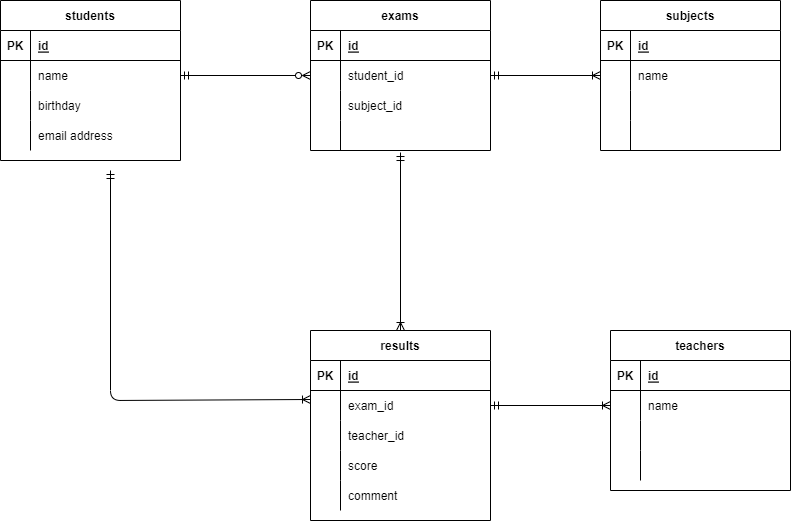
waizhi/20220602_database_design keeps this draw.io diagram as 20220602naoi.drawio.png. Above is the earlier version. Source tidied: cells renumbered, new cells last; positions are measured from the earlier drawing's top-left corner, leaving out a move shared by most shapes. Its diagram source:
```xml
<mxGraphModel>
  <root>
    <mxCell id="0" />
    <mxCell id="1" parent="0" />
    <mxCell id="2" value="students" style="shape=table;startSize=30;rowLines=0;fontStyle=1;align=center;" parent="1" vertex="1">
      <mxGeometry width="180" height="160" as="geometry" />
    </mxCell>
    <mxCell id="3" style="shape=partialRectangle;fillColor=none;top=0;left=0;bottom=1;right=0;" parent="2" vertex="1">
      <mxGeometry y="30" width="180" height="30" as="geometry" />
    </mxCell>
    <mxCell id="4" value="PK" style="shape=partialRectangle;fillColor=none;top=0;left=0;bottom=0;right=0;fontStyle=1;overflow=hidden;" parent="3" vertex="1">
      <mxGeometry width="30" height="30" as="geometry" />
    </mxCell>
    <mxCell id="5" value="id" style="shape=partialRectangle;fillColor=none;top=0;left=0;bottom=0;right=0;align=left;spacingLeft=6;fontStyle=5;overflow=hidden;" parent="3" vertex="1">
      <mxGeometry x="30" width="150" height="30" as="geometry" />
    </mxCell>
    <mxCell id="6" style="shape=partialRectangle;fillColor=none;top=0;left=0;bottom=0;right=0;points=[[0,0.5],[1,0.5]];portConstraint=eastwest;" parent="2" vertex="1">
      <mxGeometry y="60" width="180" height="30" as="geometry" />
    </mxCell>
    <mxCell id="7" style="shape=partialRectangle;fillColor=none;top=0;left=0;bottom=0;right=0;overflow=hidden;" parent="6" vertex="1">
      <mxGeometry width="30" height="30" as="geometry" />
    </mxCell>
    <mxCell id="8" value="name" style="shape=partialRectangle;fillColor=none;top=0;left=0;bottom=0;right=0;align=left;spacingLeft=6;overflow=hidden;" parent="6" vertex="1">
      <mxGeometry x="30" width="150" height="30" as="geometry" />
    </mxCell>
    <mxCell id="9" style="shape=partialRectangle;fillColor=none;top=0;left=0;bottom=0;right=0;" parent="2" vertex="1">
      <mxGeometry y="90" width="180" height="30" as="geometry" />
    </mxCell>
    <mxCell id="10" style="shape=partialRectangle;fillColor=none;top=0;left=0;bottom=0;right=0;overflow=hidden;" parent="9" vertex="1">
      <mxGeometry width="30" height="30" as="geometry" />
    </mxCell>
    <mxCell id="11" value="birthday" style="shape=partialRectangle;fillColor=none;top=0;left=0;bottom=0;right=0;align=left;spacingLeft=6;overflow=hidden;" parent="9" vertex="1">
      <mxGeometry x="30" width="150" height="30" as="geometry" />
    </mxCell>
    <mxCell id="12" style="shape=partialRectangle;fillColor=none;top=0;left=0;bottom=0;right=0;" parent="2" vertex="1">
      <mxGeometry y="120" width="180" height="30" as="geometry" />
    </mxCell>
    <mxCell id="13" style="shape=partialRectangle;fillColor=none;top=0;left=0;bottom=0;right=0;overflow=hidden;" parent="12" vertex="1">
      <mxGeometry width="30" height="30" as="geometry" />
    </mxCell>
    <mxCell id="14" value="email address" style="shape=partialRectangle;fillColor=none;top=0;left=0;bottom=0;right=0;align=left;spacingLeft=6;overflow=hidden;" parent="12" vertex="1">
      <mxGeometry x="30" width="150" height="30" as="geometry" />
    </mxCell>
    <mxCell id="15" value="subjects" style="shape=table;startSize=30;rowLines=0;fontStyle=1;align=center;" parent="1" vertex="1">
      <mxGeometry x="600" width="180" height="150" as="geometry" />
    </mxCell>
    <mxCell id="16" style="shape=partialRectangle;fillColor=none;top=0;left=0;bottom=1;right=0;" parent="15" vertex="1">
      <mxGeometry y="30" width="180" height="30" as="geometry" />
    </mxCell>
    <mxCell id="17" value="PK" style="shape=partialRectangle;fillColor=none;top=0;left=0;bottom=0;right=0;fontStyle=1;overflow=hidden;" parent="16" vertex="1">
      <mxGeometry width="30" height="30" as="geometry" />
    </mxCell>
    <mxCell id="18" value="id" style="shape=partialRectangle;fillColor=none;top=0;left=0;bottom=0;right=0;align=left;spacingLeft=6;fontStyle=5;overflow=hidden;" parent="16" vertex="1">
      <mxGeometry x="30" width="150" height="30" as="geometry" />
    </mxCell>
    <mxCell id="19" style="shape=partialRectangle;fillColor=none;top=0;left=0;bottom=0;right=0;" parent="15" vertex="1">
      <mxGeometry y="60" width="180" height="30" as="geometry" />
    </mxCell>
    <mxCell id="20" style="shape=partialRectangle;fillColor=none;top=0;left=0;bottom=0;right=0;overflow=hidden;" parent="19" vertex="1">
      <mxGeometry width="30" height="30" as="geometry" />
    </mxCell>
    <mxCell id="21" value="name" style="shape=partialRectangle;fillColor=none;top=0;left=0;bottom=0;right=0;align=left;spacingLeft=6;overflow=hidden;" parent="19" vertex="1">
      <mxGeometry x="30" width="150" height="30" as="geometry" />
    </mxCell>
    <mxCell id="22" style="shape=partialRectangle;fillColor=none;top=0;left=0;bottom=0;right=0;" parent="15" vertex="1">
      <mxGeometry y="90" width="180" height="30" as="geometry" />
    </mxCell>
    <mxCell id="23" style="shape=partialRectangle;fillColor=none;top=0;left=0;bottom=0;right=0;overflow=hidden;" parent="22" vertex="1">
      <mxGeometry width="30" height="30" as="geometry" />
    </mxCell>
    <mxCell id="24" style="shape=partialRectangle;fillColor=none;top=0;left=0;bottom=0;right=0;align=left;spacingLeft=6;overflow=hidden;" parent="22" vertex="1">
      <mxGeometry x="30" width="150" height="30" as="geometry" />
    </mxCell>
    <mxCell id="25" style="shape=partialRectangle;fillColor=none;top=0;left=0;bottom=0;right=0;" parent="15" vertex="1">
      <mxGeometry y="120" width="180" height="30" as="geometry" />
    </mxCell>
    <mxCell id="26" style="shape=partialRectangle;fillColor=none;top=0;left=0;bottom=0;right=0;overflow=hidden;" parent="25" vertex="1">
      <mxGeometry width="30" height="30" as="geometry" />
    </mxCell>
    <mxCell id="27" style="shape=partialRectangle;fillColor=none;top=0;left=0;bottom=0;right=0;align=left;spacingLeft=6;overflow=hidden;" parent="25" vertex="1">
      <mxGeometry x="30" width="150" height="30" as="geometry" />
    </mxCell>
    <mxCell id="28" value="exams" style="shape=table;startSize=30;rowLines=0;fontStyle=1;align=center;" parent="1" vertex="1">
      <mxGeometry x="310" width="180" height="150" as="geometry" />
    </mxCell>
    <mxCell id="29" style="shape=partialRectangle;fillColor=none;top=0;left=0;bottom=1;right=0;" parent="28" vertex="1">
      <mxGeometry y="30" width="180" height="30" as="geometry" />
    </mxCell>
    <mxCell id="30" value="PK" style="shape=partialRectangle;fillColor=none;top=0;left=0;bottom=0;right=0;fontStyle=1;overflow=hidden;" parent="29" vertex="1">
      <mxGeometry width="30" height="30" as="geometry" />
    </mxCell>
    <mxCell id="31" value="id" style="shape=partialRectangle;fillColor=none;top=0;left=0;bottom=0;right=0;align=left;spacingLeft=6;fontStyle=5;overflow=hidden;" parent="29" vertex="1">
      <mxGeometry x="30" width="150" height="30" as="geometry" />
    </mxCell>
    <mxCell id="32" style="shape=partialRectangle;fillColor=none;top=0;left=0;bottom=0;right=0;points=[[0,0.5],[1,0.5]];portConstraint=eastwest;" parent="28" vertex="1">
      <mxGeometry y="60" width="180" height="30" as="geometry" />
    </mxCell>
    <mxCell id="33" style="shape=partialRectangle;fillColor=none;top=0;left=0;bottom=0;right=0;overflow=hidden;" parent="32" vertex="1">
      <mxGeometry width="30" height="30" as="geometry" />
    </mxCell>
    <mxCell id="34" value="student_id" style="shape=partialRectangle;fillColor=none;top=0;left=0;bottom=0;right=0;align=left;spacingLeft=6;overflow=hidden;" parent="32" vertex="1">
      <mxGeometry x="30" width="150" height="30" as="geometry" />
    </mxCell>
    <mxCell id="35" style="shape=partialRectangle;fillColor=none;top=0;left=0;bottom=0;right=0;" parent="28" vertex="1">
      <mxGeometry y="90" width="180" height="30" as="geometry" />
    </mxCell>
    <mxCell id="36" style="shape=partialRectangle;fillColor=none;top=0;left=0;bottom=0;right=0;overflow=hidden;" parent="35" vertex="1">
      <mxGeometry width="30" height="30" as="geometry" />
    </mxCell>
    <mxCell id="37" value="subject_id" style="shape=partialRectangle;fillColor=none;top=0;left=0;bottom=0;right=0;align=left;spacingLeft=6;overflow=hidden;" parent="35" vertex="1">
      <mxGeometry x="30" width="150" height="30" as="geometry" />
    </mxCell>
    <mxCell id="38" style="shape=partialRectangle;fillColor=none;top=0;left=0;bottom=0;right=0;points=[[0,0.5],[1,0.5]];portConstraint=eastwest;" parent="28" vertex="1">
      <mxGeometry y="120" width="180" height="30" as="geometry" />
    </mxCell>
    <mxCell id="39" style="shape=partialRectangle;fillColor=none;top=0;left=0;bottom=0;right=0;overflow=hidden;" parent="38" vertex="1">
      <mxGeometry width="30" height="30" as="geometry" />
    </mxCell>
    <mxCell id="40" style="shape=partialRectangle;fillColor=none;top=0;left=0;bottom=0;right=0;align=left;spacingLeft=6;overflow=hidden;" parent="38" vertex="1">
      <mxGeometry x="30" width="150" height="30" as="geometry" />
    </mxCell>
    <mxCell id="41" style="edgeStyle=none;html=1;exitX=0;exitY=0.3;exitDx=0;exitDy=0;startArrow=ERoneToMany;startFill=0;endArrow=ERmandOne;endFill=0;exitPerimeter=0;" parent="1" edge="1" source="47">
      <mxGeometry relative="1" as="geometry">
        <mxPoint x="110" y="170" as="targetPoint" />
        <Array as="points">
          <mxPoint x="110" y="400" />
        </Array>
      </mxGeometry>
    </mxCell>
    <mxCell id="42" style="edgeStyle=none;html=1;exitX=0.5;exitY=0;exitDx=0;exitDy=0;entryX=0.5;entryY=1.067;entryDx=0;entryDy=0;entryPerimeter=0;startArrow=ERoneToMany;startFill=0;endArrow=ERmandOne;endFill=0;" parent="1" edge="1" source="43" target="38">
      <mxGeometry relative="1" as="geometry" />
    </mxCell>
    <mxCell id="43" value="results" style="shape=table;startSize=30;rowLines=0;fontStyle=1;align=center;" parent="1" vertex="1">
      <mxGeometry x="310" y="330" width="180" height="190" as="geometry" />
    </mxCell>
    <mxCell id="44" style="shape=partialRectangle;fillColor=none;top=0;left=0;bottom=1;right=0;" parent="43" vertex="1">
      <mxGeometry y="30" width="180" height="30" as="geometry" />
    </mxCell>
    <mxCell id="45" value="PK" style="shape=partialRectangle;fillColor=none;top=0;left=0;bottom=0;right=0;fontStyle=1;overflow=hidden;" parent="44" vertex="1">
      <mxGeometry width="30" height="30" as="geometry" />
    </mxCell>
    <mxCell id="46" value="id" style="shape=partialRectangle;fillColor=none;top=0;left=0;bottom=0;right=0;align=left;spacingLeft=6;fontStyle=5;overflow=hidden;" parent="44" vertex="1">
      <mxGeometry x="30" width="150" height="30" as="geometry" />
    </mxCell>
    <mxCell id="47" style="shape=partialRectangle;fillColor=none;top=0;left=0;bottom=0;right=0;points=[[0,0.5],[1,0.5]];portConstraint=eastwest;" parent="43" vertex="1">
      <mxGeometry y="60" width="180" height="30" as="geometry" />
    </mxCell>
    <mxCell id="48" style="shape=partialRectangle;fillColor=none;top=0;left=0;bottom=0;right=0;overflow=hidden;" parent="47" vertex="1">
      <mxGeometry width="30" height="30" as="geometry" />
    </mxCell>
    <mxCell id="49" value="exam_id" style="shape=partialRectangle;fillColor=none;top=0;left=0;bottom=0;right=0;align=left;spacingLeft=6;overflow=hidden;" parent="47" vertex="1">
      <mxGeometry x="30" width="150" height="30" as="geometry" />
    </mxCell>
    <mxCell id="50" style="shape=partialRectangle;fillColor=none;top=0;left=0;bottom=0;right=0;" parent="43" vertex="1">
      <mxGeometry y="90" width="180" height="30" as="geometry" />
    </mxCell>
    <mxCell id="51" style="shape=partialRectangle;fillColor=none;top=0;left=0;bottom=0;right=0;overflow=hidden;" parent="50" vertex="1">
      <mxGeometry width="30" height="30" as="geometry" />
    </mxCell>
    <mxCell id="52" value="teacher_id" style="shape=partialRectangle;fillColor=none;top=0;left=0;bottom=0;right=0;align=left;spacingLeft=6;overflow=hidden;" parent="50" vertex="1">
      <mxGeometry x="30" width="150" height="30" as="geometry" />
    </mxCell>
    <mxCell id="53" style="shape=partialRectangle;fillColor=none;top=0;left=0;bottom=0;right=0;" parent="43" vertex="1">
      <mxGeometry y="120" width="180" height="30" as="geometry" />
    </mxCell>
    <mxCell id="54" style="shape=partialRectangle;fillColor=none;top=0;left=0;bottom=0;right=0;overflow=hidden;" parent="53" vertex="1">
      <mxGeometry width="30" height="30" as="geometry" />
    </mxCell>
    <mxCell id="55" value="score" style="shape=partialRectangle;fillColor=none;top=0;left=0;bottom=0;right=0;align=left;spacingLeft=6;overflow=hidden;" parent="53" vertex="1">
      <mxGeometry x="30" width="150" height="30" as="geometry" />
    </mxCell>
    <mxCell id="56" style="shape=partialRectangle;fillColor=none;top=0;left=0;bottom=0;right=0;" parent="43" vertex="1">
      <mxGeometry y="150" width="180" height="30" as="geometry" />
    </mxCell>
    <mxCell id="57" style="shape=partialRectangle;fillColor=none;top=0;left=0;bottom=0;right=0;overflow=hidden;" parent="56" vertex="1">
      <mxGeometry width="30" height="30" as="geometry" />
    </mxCell>
    <mxCell id="58" value="comment" style="shape=partialRectangle;fillColor=none;top=0;left=0;bottom=0;right=0;align=left;spacingLeft=6;overflow=hidden;" parent="56" vertex="1">
      <mxGeometry x="30" width="150" height="30" as="geometry" />
    </mxCell>
    <mxCell id="59" style="edgeStyle=none;html=1;exitX=1;exitY=0.5;exitDx=0;exitDy=0;entryX=0;entryY=0.5;entryDx=0;entryDy=0;startArrow=ERmandOne;startFill=0;endArrow=ERzeroToMany;endFill=0;" parent="1" edge="1" source="6" target="32">
      <mxGeometry relative="1" as="geometry" />
    </mxCell>
    <mxCell id="60" style="edgeStyle=none;html=1;exitX=1;exitY=0.5;exitDx=0;exitDy=0;entryX=0;entryY=0.5;entryDx=0;entryDy=0;endArrow=ERoneToMany;endFill=0;startArrow=ERmandOne;startFill=0;" parent="1" edge="1" source="32" target="15">
      <mxGeometry relative="1" as="geometry" />
    </mxCell>
    <mxCell id="61" value="teachers" style="shape=table;startSize=30;rowLines=0;fontStyle=1;align=center;" parent="1" vertex="1">
      <mxGeometry x="610" y="330" width="180" height="160" as="geometry" />
    </mxCell>
    <mxCell id="62" style="shape=partialRectangle;fillColor=none;top=0;left=0;bottom=1;right=0;" parent="61" vertex="1">
      <mxGeometry y="30" width="180" height="30" as="geometry" />
    </mxCell>
    <mxCell id="63" value="PK" style="shape=partialRectangle;fillColor=none;top=0;left=0;bottom=0;right=0;fontStyle=1;overflow=hidden;" parent="62" vertex="1">
      <mxGeometry width="30" height="30" as="geometry" />
    </mxCell>
    <mxCell id="64" value="id" style="shape=partialRectangle;fillColor=none;top=0;left=0;bottom=0;right=0;align=left;spacingLeft=6;fontStyle=5;overflow=hidden;" parent="62" vertex="1">
      <mxGeometry x="30" width="150" height="30" as="geometry" />
    </mxCell>
    <mxCell id="65" style="shape=partialRectangle;fillColor=none;top=0;left=0;bottom=0;right=0;points=[[0,0.5],[1,0.5]];portConstraint=eastwest;" parent="61" vertex="1">
      <mxGeometry y="60" width="180" height="30" as="geometry" />
    </mxCell>
    <mxCell id="66" style="shape=partialRectangle;fillColor=none;top=0;left=0;bottom=0;right=0;overflow=hidden;" parent="65" vertex="1">
      <mxGeometry width="30" height="30" as="geometry" />
    </mxCell>
    <mxCell id="67" value="name" style="shape=partialRectangle;fillColor=none;top=0;left=0;bottom=0;right=0;align=left;spacingLeft=6;overflow=hidden;" parent="65" vertex="1">
      <mxGeometry x="30" width="150" height="30" as="geometry" />
    </mxCell>
    <mxCell id="68" style="shape=partialRectangle;fillColor=none;top=0;left=0;bottom=0;right=0;" parent="61" vertex="1">
      <mxGeometry y="90" width="180" height="30" as="geometry" />
    </mxCell>
    <mxCell id="69" style="shape=partialRectangle;fillColor=none;top=0;left=0;bottom=0;right=0;overflow=hidden;" parent="68" vertex="1">
      <mxGeometry width="30" height="30" as="geometry" />
    </mxCell>
    <mxCell id="70" style="shape=partialRectangle;fillColor=none;top=0;left=0;bottom=0;right=0;align=left;spacingLeft=6;overflow=hidden;" parent="68" vertex="1">
      <mxGeometry x="30" width="150" height="30" as="geometry" />
    </mxCell>
    <mxCell id="71" style="shape=partialRectangle;fillColor=none;top=0;left=0;bottom=0;right=0;" parent="61" vertex="1">
      <mxGeometry y="120" width="180" height="30" as="geometry" />
    </mxCell>
    <mxCell id="72" style="shape=partialRectangle;fillColor=none;top=0;left=0;bottom=0;right=0;overflow=hidden;" parent="71" vertex="1">
      <mxGeometry width="30" height="30" as="geometry" />
    </mxCell>
    <mxCell id="73" style="shape=partialRectangle;fillColor=none;top=0;left=0;bottom=0;right=0;align=left;spacingLeft=6;overflow=hidden;" parent="71" vertex="1">
      <mxGeometry x="30" width="150" height="30" as="geometry" />
    </mxCell>
    <mxCell id="74" style="edgeStyle=none;html=1;exitX=0;exitY=0.5;exitDx=0;exitDy=0;entryX=1;entryY=0.5;entryDx=0;entryDy=0;startArrow=ERoneToMany;startFill=0;endArrow=ERmandOne;endFill=0;" parent="1" edge="1" source="65" target="47">
      <mxGeometry relative="1" as="geometry" />
    </mxCell>
  </root>
</mxGraphModel>
```
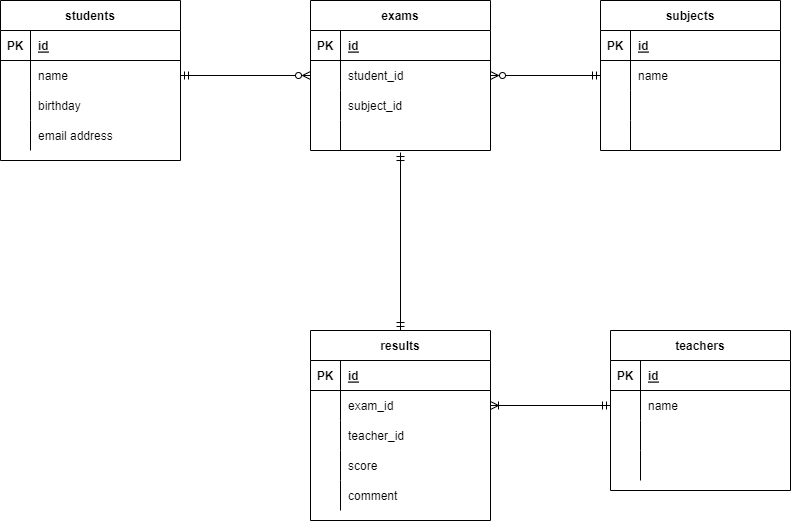
After the change.

What changed in the source:
```diff
@@ -119,15 +119,7 @@
     <mxCell id="40" style="shape=partialRectangle;fillColor=none;top=0;left=0;bottom=0;right=0;align=left;spacingLeft=6;overflow=hidden;" parent="38" vertex="1">
       <mxGeometry x="30" width="150" height="30" as="geometry" />
     </mxCell>
-    <mxCell id="41" style="edgeStyle=none;html=1;exitX=0;exitY=0.3;exitDx=0;exitDy=0;startArrow=ERoneToMany;startFill=0;endArrow=ERmandOne;endFill=0;exitPerimeter=0;" parent="1" edge="1" source="47">
-      <mxGeometry relative="1" as="geometry">
-        <mxPoint x="110" y="170" as="targetPoint" />
-        <Array as="points">
-          <mxPoint x="110" y="400" />
-        </Array>
-      </mxGeometry>
-    </mxCell>
-    <mxCell id="42" style="edgeStyle=none;html=1;exitX=0.5;exitY=0;exitDx=0;exitDy=0;entryX=0.5;entryY=1.067;entryDx=0;entryDy=0;entryPerimeter=0;startArrow=ERoneToMany;startFill=0;endArrow=ERmandOne;endFill=0;" parent="1" edge="1" source="43" target="38">
+    <mxCell id="42" style="edgeStyle=none;html=1;exitX=0.5;exitY=0;exitDx=0;exitDy=0;entryX=0.5;entryY=1.067;entryDx=0;entryDy=0;entryPerimeter=0;startArrow=ERmandOne;startFill=0;endArrow=ERmandOne;endFill=0;" parent="1" edge="1" source="43" target="38">
       <mxGeometry relative="1" as="geometry" />
     </mxCell>
     <mxCell id="43" value="results" style="shape=table;startSize=30;rowLines=0;fontStyle=1;align=center;" parent="1" vertex="1">
@@ -181,7 +173,7 @@
     <mxCell id="59" style="edgeStyle=none;html=1;exitX=1;exitY=0.5;exitDx=0;exitDy=0;entryX=0;entryY=0.5;entryDx=0;entryDy=0;startArrow=ERmandOne;startFill=0;endArrow=ERzeroToMany;endFill=0;" parent="1" edge="1" source="6" target="32">
       <mxGeometry relative="1" as="geometry" />
     </mxCell>
-    <mxCell id="60" style="edgeStyle=none;html=1;exitX=1;exitY=0.5;exitDx=0;exitDy=0;entryX=0;entryY=0.5;entryDx=0;entryDy=0;endArrow=ERoneToMany;endFill=0;startArrow=ERmandOne;startFill=0;" parent="1" edge="1" source="32" target="15">
+    <mxCell id="60" style="edgeStyle=none;html=1;exitX=1;exitY=0.5;exitDx=0;exitDy=0;entryX=0;entryY=0.5;entryDx=0;entryDy=0;endArrow=ERmandOne;endFill=0;startArrow=ERzeroToMany;startFill=0;" parent="1" edge="1" source="32" target="15">
       <mxGeometry relative="1" as="geometry" />
     </mxCell>
     <mxCell id="61" value="teachers" style="shape=table;startSize=30;rowLines=0;fontStyle=1;align=center;" parent="1" vertex="1">
@@ -223,7 +215,7 @@
     <mxCell id="73" style="shape=partialRectangle;fillColor=none;top=0;left=0;bottom=0;right=0;align=left;spacingLeft=6;overflow=hidden;" parent="71" vertex="1">
       <mxGeometry x="30" width="150" height="30" as="geometry" />
     </mxCell>
-    <mxCell id="74" style="edgeStyle=none;html=1;exitX=0;exitY=0.5;exitDx=0;exitDy=0;entryX=1;entryY=0.5;entryDx=0;entryDy=0;startArrow=ERoneToMany;startFill=0;endArrow=ERmandOne;endFill=0;" parent="1" edge="1" source="65" target="47">
+    <mxCell id="74" style="edgeStyle=none;html=1;exitX=0;exitY=0.5;exitDx=0;exitDy=0;entryX=1;entryY=0.5;entryDx=0;entryDy=0;startArrow=ERmandOne;startFill=0;endArrow=ERoneToMany;endFill=0;" parent="1" edge="1" source="65" target="47">
       <mxGeometry relative="1" as="geometry" />
     </mxCell>
   </root>
```
